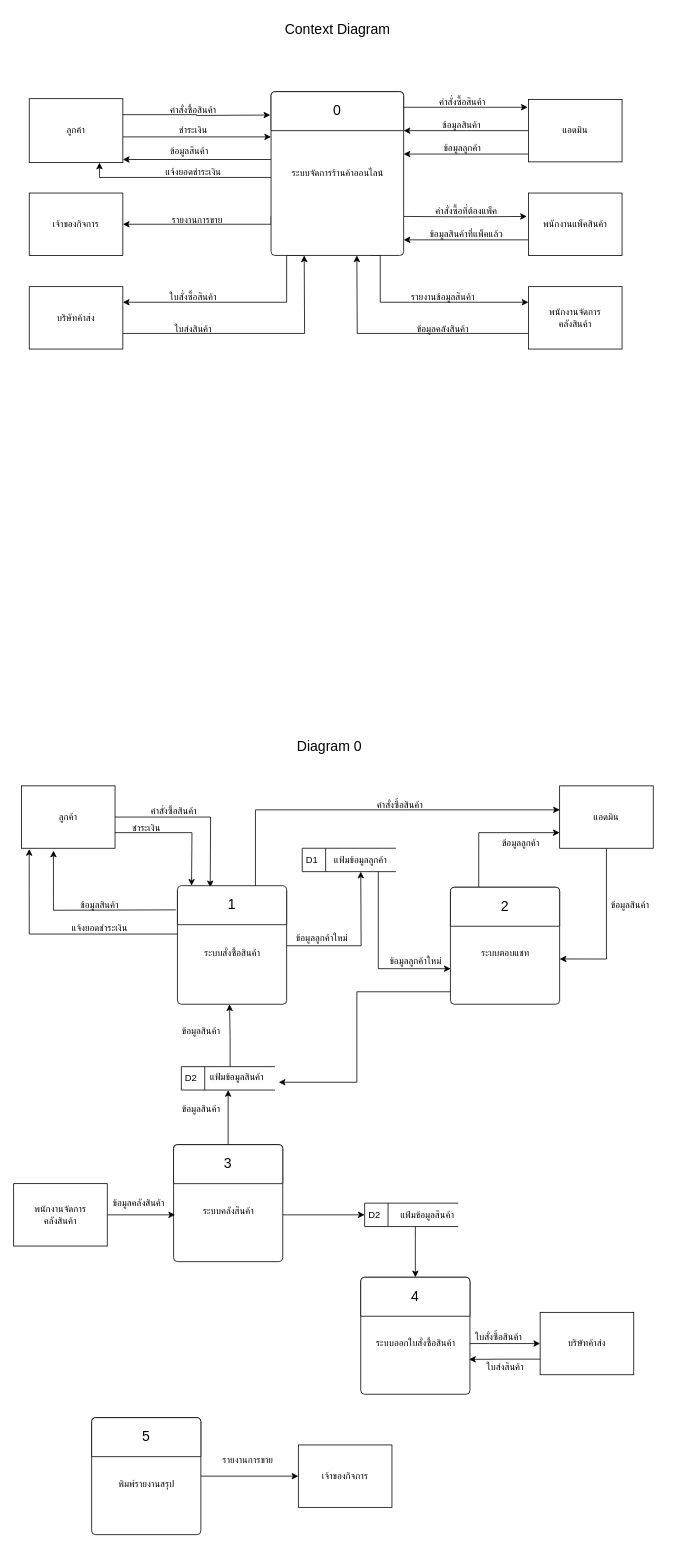
Phatkavee/collection-file keeps this draw.io diagram as Diagram.drawio. Above is the earlier version. Source tidied: cells renumbered, new cells numbered last; positions are measured from the earlier drawing's top-left corner, leaving out a move shared by most shapes. Both pictures are drawn from the tidied source at 78%, with x=0, y=0 at pixel (13, 13).
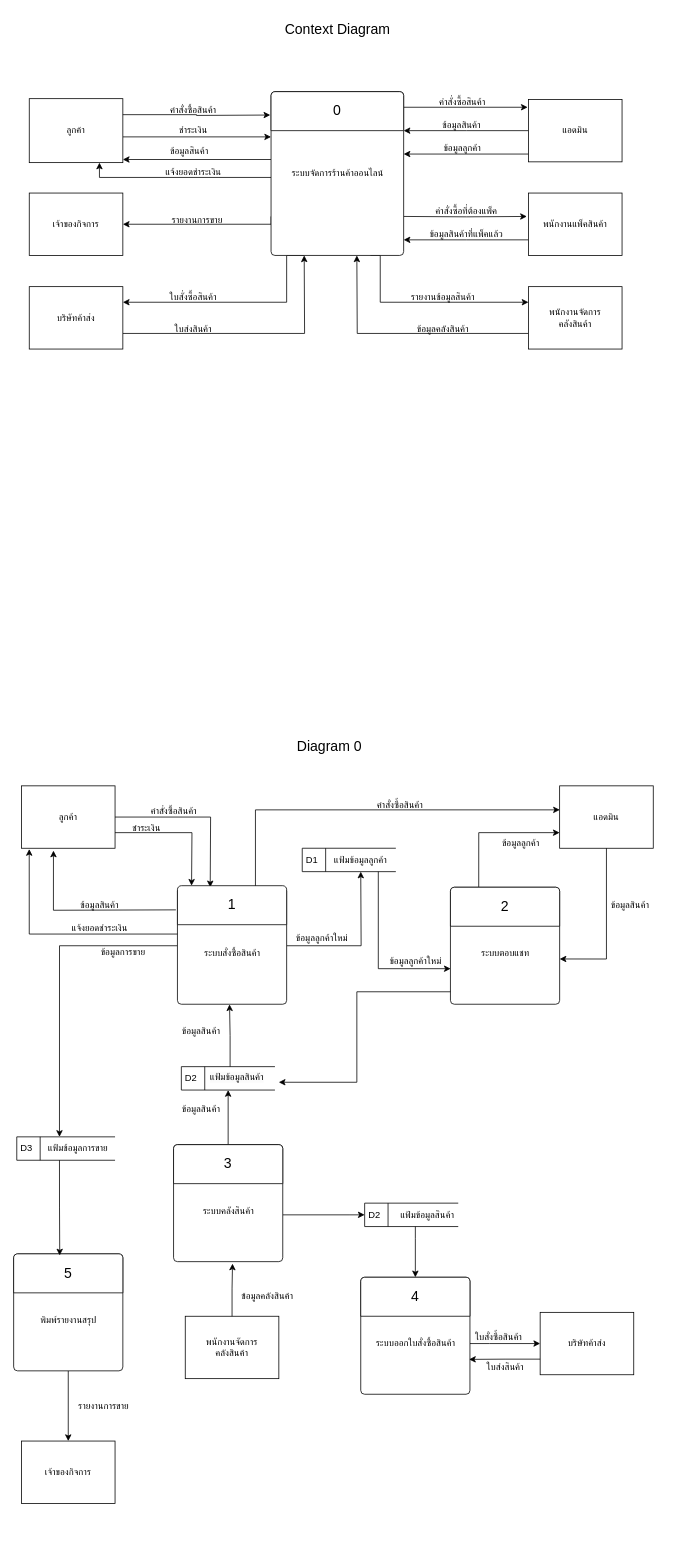
Above is the later version.

The change refers to these unchanged cells:
```xml
<mxCell id="56" style="html=1;shadow=0;dashed=0;shape=mxgraph.bootstrap.rrect;rSize=5;html=1;whiteSpace=wrap;verticalAlign=bottom;align=left;spacing=20;spacingBottom=0;fontSize=14;fontFamily=Helvetica;startSize=30;" parent="1" vertex="1">
  <mxGeometry x="210" y="1120" width="140" height="150" as="geometry" />
</mxCell>
<mxCell id="68" style="html=1;shadow=0;dashed=0;shape=mxgraph.bootstrap.rrect;rSize=5;html=1;whiteSpace=wrap;verticalAlign=bottom;align=left;spacing=20;spacingBottom=0;fontSize=14;fontFamily=Helvetica;startSize=30;" parent="1" vertex="1">
  <mxGeometry x="205" y="1450" width="140" height="150" as="geometry" />
</mxCell>
<mxCell id="73" value="5" style="html=1;shadow=0;dashed=0;shape=mxgraph.bootstrap.topButton;rSize=5;perimeter=none;whiteSpace=wrap;fontSize=18;align=center;spacing=20;verticalAlign=middle;fontFamily=Helvetica;startSize=30;" parent="72" vertex="1">
  <mxGeometry width="140" height="50" relative="1" as="geometry" />
</mxCell>
```

The edit, as a diff of the source:
```diff
@@
+    <mxCell id="100" style="edgeStyle=orthogonalEdgeStyle;shape=connector;rounded=0;jettySize=auto;html=1;entryX=0.25;entryY=0;entryDx=0;entryDy=0;labelBackgroundColor=default;strokeColor=default;align=center;verticalAlign=middle;fontFamily=Helvetica;fontSize=12;fontColor=default;endArrow=classic;startSize=30;" parent="1" edge="1" source="56" target="102">
+      <mxGeometry relative="1" as="geometry" />
+    </mxCell>
@@
-    <mxCell id="71" style="edgeStyle=orthogonalEdgeStyle;rounded=0;jettySize=auto;html=1;labelBackgroundColor=default;strokeColor=default;align=center;verticalAlign=middle;fontFamily=Helvetica;fontSize=12;fontColor=default;endArrow=classic;entryX=0;entryY=0.5;entryDx=0;entryDy=0;" parent="1" edge="1" source="72" target="75">
+    <mxCell id="71" style="edgeStyle=orthogonalEdgeStyle;shape=connector;rounded=0;jettySize=auto;html=1;entryX=0.5;entryY=0;entryDx=0;entryDy=0;labelBackgroundColor=default;strokeColor=default;align=center;verticalAlign=middle;fontFamily=Helvetica;fontSize=12;fontColor=default;endArrow=classic;startSize=30;" parent="1" edge="1" source="72" target="75">
       <mxGeometry relative="1" as="geometry" />
     </mxCell>
     <mxCell id="72" style="html=1;shadow=0;dashed=0;shape=mxgraph.bootstrap.rrect;rSize=5;html=1;whiteSpace=wrap;verticalAlign=bottom;align=left;spacing=20;spacingBottom=0;fontSize=14;fontFamily=Helvetica;startSize=30;" parent="1" vertex="1">
-      <mxGeometry x="100" y="1800" width="140" height="150" as="geometry" />
+      <mxGeometry y="1590" width="140" height="150" as="geometry" />
     </mxCell>
@@
     <mxCell id="75" value="เจ้าของกิจการ" style="rounded=0;whiteSpace=wrap;html=1;strokeColor=default;align=center;verticalAlign=middle;fontFamily=Helvetica;fontSize=12;fontColor=default;startSize=30;fillColor=default;" parent="1" vertex="1">
-      <mxGeometry x="365" y="1835" width="120" height="80" as="geometry" />
+      <mxGeometry x="10" y="1830" width="120" height="80" as="geometry" />
     </mxCell>
     <mxCell id="76" value="รายงานการขาย" style="text;html=1;align=center;verticalAlign=middle;strokeColor=none;fillColor=none;fontSize=12;fontFamily=Helvetica;fontColor=default;" parent="1" vertex="1">
-      <mxGeometry x="250" y="1840" width="100" height="30" as="geometry" />
+      <mxGeometry x="65" y="1770" width="100" height="30" as="geometry" />
     </mxCell>
-    <mxCell id="77" style="edgeStyle=orthogonalEdgeStyle;shape=connector;rounded=0;jettySize=auto;html=1;labelBackgroundColor=default;strokeColor=default;align=center;verticalAlign=middle;fontFamily=Helvetica;fontSize=12;fontColor=default;endArrow=classic;startSize=30;entryX=0.014;entryY=0.6;entryDx=0;entryDy=0;entryPerimeter=0;" parent="1" edge="1" source="78" target="68">
-      <mxGeometry relative="1" as="geometry" />
-    </mxCell>
     <mxCell id="78" value="พนักงานจัดการ&lt;br style=&quot;border-color: var(--border-color);&quot;&gt;คลังสินค้า" style="rounded=0;whiteSpace=wrap;html=1;" parent="1" vertex="1">
-      <mxGeometry y="1500" width="120" height="80" as="geometry" />
+      <mxGeometry x="220" y="1670" width="120" height="80" as="geometry" />
     </mxCell>
@@
     <mxCell id="94" value="ข้อมูลคลังสินค้า" style="text;html=1;align=center;verticalAlign=middle;strokeColor=none;fillColor=none;fontSize=12;fontFamily=Helvetica;fontColor=default;" parent="1" vertex="1">
-      <mxGeometry x="110" y="1510" width="100" height="30" as="geometry" />
+      <mxGeometry x="275" y="1630" width="100" height="30" as="geometry" />
     </mxCell>
@@
+    <mxCell id="101" value="D3" style="html=1;dashed=0;whiteSpace=wrap;shape=mxgraph.dfd.dataStoreID;align=left;spacingLeft=3;horizontal=1;" parent="1" vertex="1">
+      <mxGeometry x="4" y="1440" width="126" height="30" as="geometry" />
+    </mxCell>
+    <mxCell id="102" value="แฟ้มข้อมูลการขาย" style="text;html=1;strokeColor=none;fillColor=none;align=center;verticalAlign=middle;whiteSpace=wrap;rounded=0;fontSize=12;fontFamily=Helvetica;fontColor=default;" parent="1" vertex="1">
+      <mxGeometry x="35" y="1440" width="95" height="30" as="geometry" />
+    </mxCell>
+    <mxCell id="103" value="ข้อมูลการขาย" style="text;html=1;align=center;verticalAlign=middle;strokeColor=none;fillColor=none;fontSize=12;fontFamily=Helvetica;fontColor=default;" parent="1" vertex="1">
+      <mxGeometry x="95" y="1188" width="90" height="30" as="geometry" />
+    </mxCell>
+    <mxCell id="77" style="edgeStyle=orthogonalEdgeStyle;shape=connector;rounded=0;jettySize=auto;html=1;exitX=0.5;exitY=0;exitDx=0;exitDy=0;entryX=0.54;entryY=1.017;entryDx=0;entryDy=0;entryPerimeter=0;labelBackgroundColor=default;strokeColor=default;align=center;verticalAlign=middle;fontFamily=Helvetica;fontSize=12;fontColor=default;endArrow=classic;startSize=30;" parent="1" edge="1" source="78" target="68">
+      <mxGeometry relative="1" as="geometry" />
+    </mxCell>
+    <mxCell id="104" style="edgeStyle=orthogonalEdgeStyle;shape=connector;rounded=0;jettySize=auto;html=1;exitX=0.25;exitY=1;exitDx=0;exitDy=0;entryX=0.422;entryY=0.04;entryDx=0;entryDy=0;entryPerimeter=0;labelBackgroundColor=default;strokeColor=default;align=center;verticalAlign=middle;fontFamily=Helvetica;fontSize=12;fontColor=default;endArrow=classic;startSize=30;" parent="1" edge="1" source="102" target="73">
+      <mxGeometry relative="1" as="geometry" />
+    </mxCell>
```
